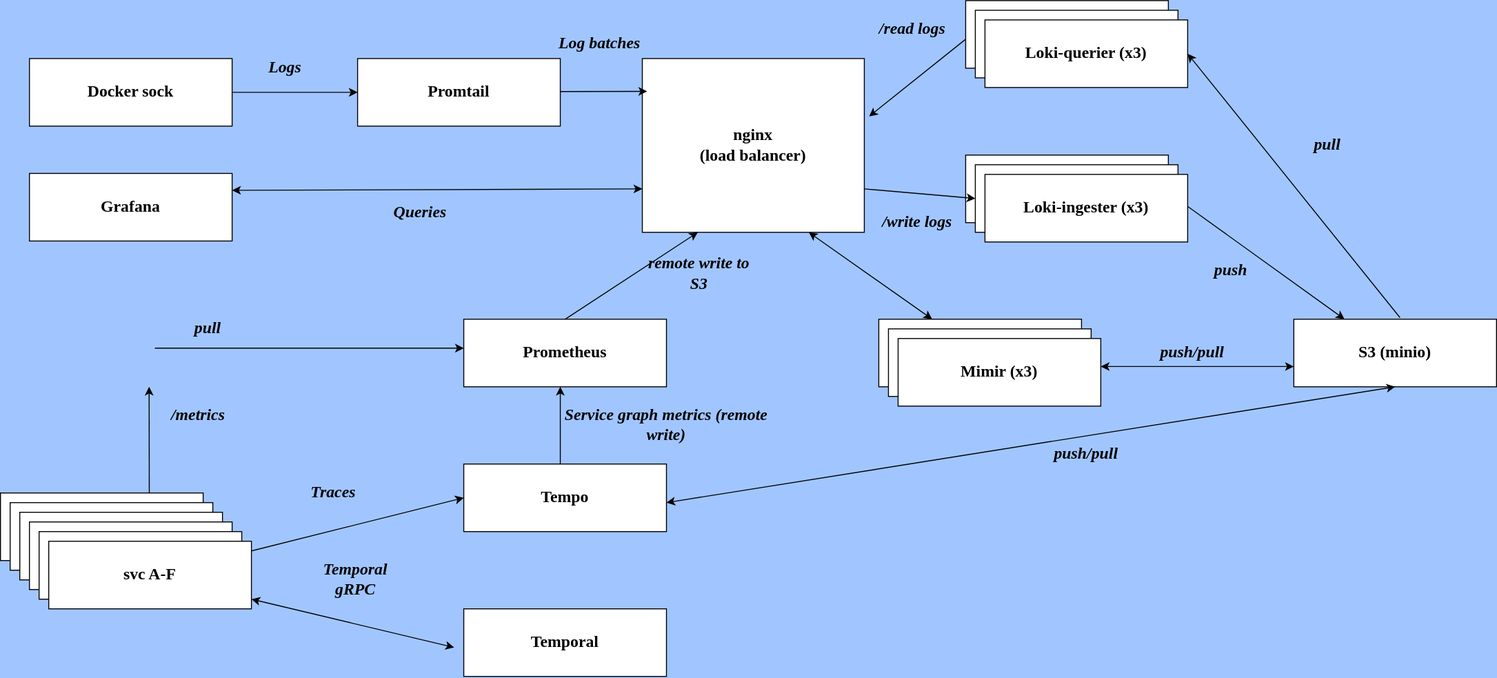
The draw.io diagram img/schema.svg in northpowered/temporal-otlp, before a commit. Source tidied: cells renumbered, new cells last; positions are measured from the earlier drawing's top-left corner, leaving out a move shared by most shapes.
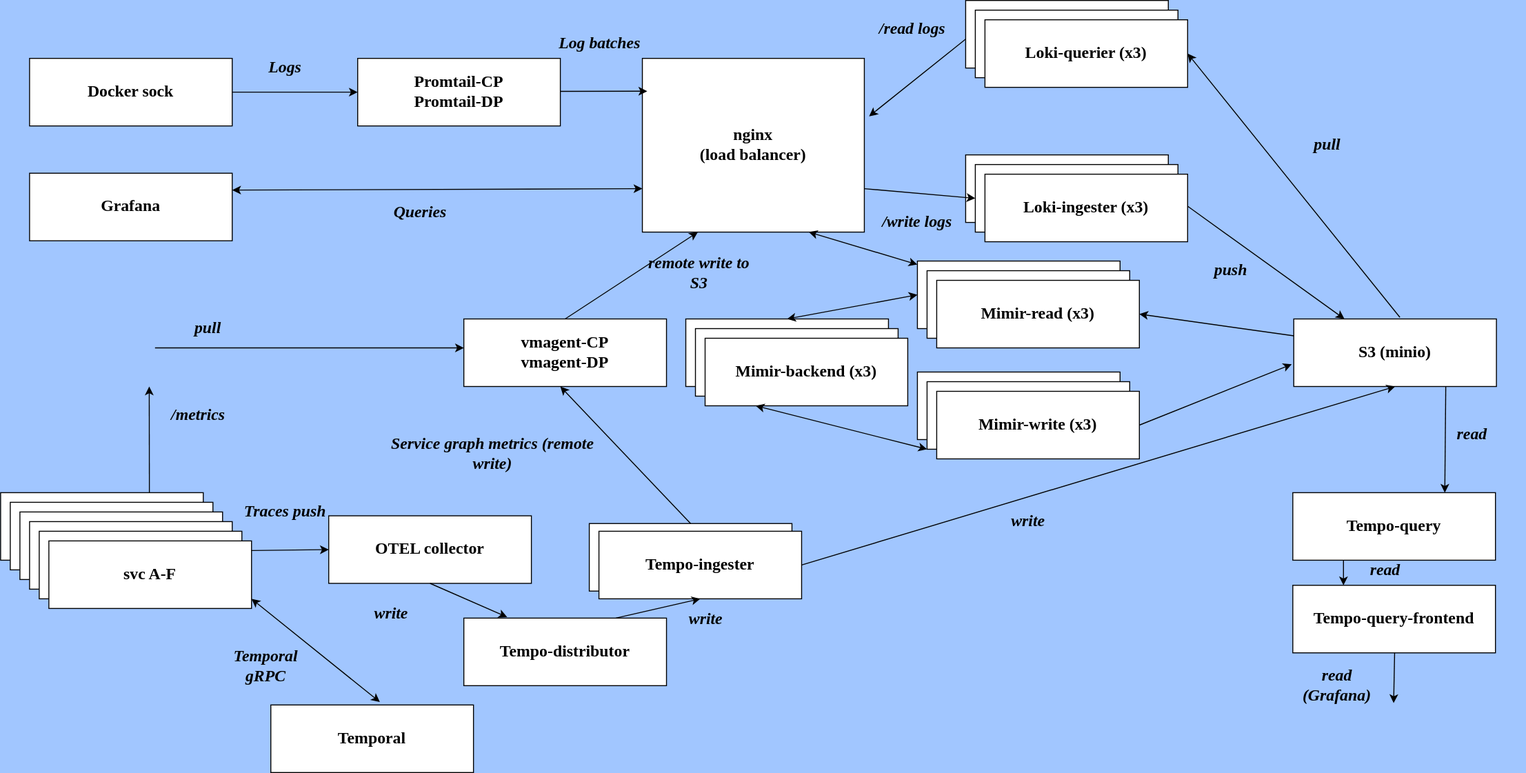
The same file after the commit.

What changed in the source:
```diff
@@ -14,16 +14,16 @@
     <mxCell id="5" style="rounded=0;whiteSpace=wrap;html=1;fontFamily=Garamond;fontStyle=1;fontSize=17;" parent="1" vertex="1">
       <mxGeometry y="510" width="210" height="70" as="geometry" />
     </mxCell>
-    <mxCell id="6" value="Promtail" style="rounded=0;whiteSpace=wrap;html=1;fontFamily=Garamond;fontStyle=1;fontSize=17;" parent="1" vertex="1">
+    <mxCell id="6" value="&lt;div&gt;Promtail-CP&lt;/div&gt;&lt;div&gt;Promtail-DP&lt;br&gt;&lt;/div&gt;" style="rounded=0;whiteSpace=wrap;html=1;fontFamily=Garamond;fontStyle=1;fontSize=17;" parent="1" vertex="1">
       <mxGeometry x="370" y="60" width="210" height="70" as="geometry" />
     </mxCell>
     <mxCell id="7" value="Temporal" style="rounded=0;whiteSpace=wrap;html=1;fontFamily=Garamond;fontStyle=1;fontSize=17;" parent="1" vertex="1">
-      <mxGeometry x="480" y="630" width="210" height="70" as="geometry" />
+      <mxGeometry x="280" y="730" width="210" height="70" as="geometry" />
     </mxCell>
-    <mxCell id="8" value="Tempo" style="rounded=0;whiteSpace=wrap;html=1;fontFamily=Garamond;fontStyle=1;fontSize=17;" parent="1" vertex="1">
-      <mxGeometry x="480" y="480" width="210" height="70" as="geometry" />
+    <mxCell id="8" value="OTEL collector" style="rounded=0;whiteSpace=wrap;html=1;fontFamily=Garamond;fontStyle=1;fontSize=17;" parent="1" vertex="1">
+      <mxGeometry x="340" y="534" width="210" height="70" as="geometry" />
     </mxCell>
-    <mxCell id="9" value="Prometheus" style="rounded=0;whiteSpace=wrap;html=1;fontFamily=Garamond;fontStyle=1;fontSize=17;" parent="1" vertex="1">
+    <mxCell id="9" value="&lt;div&gt;vmagent-CP&lt;/div&gt;&lt;div&gt;vmagent-DP&lt;br&gt;&lt;/div&gt;" style="rounded=0;whiteSpace=wrap;html=1;fontFamily=Garamond;fontStyle=1;fontSize=17;" parent="1" vertex="1">
       <mxGeometry x="480" y="330" width="210" height="70" as="geometry" />
     </mxCell>
     <mxCell id="10" value="S3 (minio)" style="rounded=0;whiteSpace=wrap;html=1;fontFamily=Garamond;fontStyle=1;fontSize=17;" parent="1" vertex="1">
@@ -63,13 +63,13 @@
       <mxGeometry x="1020" y="180" width="210" height="70" as="geometry" />
     </mxCell>
     <mxCell id="22" style="rounded=0;whiteSpace=wrap;html=1;fontFamily=Garamond;fontStyle=1;fontSize=17;" parent="1" vertex="1">
-      <mxGeometry x="910" y="330" width="210" height="70" as="geometry" />
+      <mxGeometry x="950" y="270" width="210" height="70" as="geometry" />
     </mxCell>
     <mxCell id="23" style="rounded=0;whiteSpace=wrap;html=1;fontFamily=Garamond;fontStyle=1;fontSize=17;" parent="1" vertex="1">
-      <mxGeometry x="920" y="340" width="210" height="70" as="geometry" />
+      <mxGeometry x="960" y="280" width="210" height="70" as="geometry" />
     </mxCell>
-    <mxCell id="24" value="Mimir (x3)" style="rounded=0;whiteSpace=wrap;html=1;fontFamily=Garamond;fontStyle=1;fontSize=17;" parent="1" vertex="1">
-      <mxGeometry x="930" y="350" width="210" height="70" as="geometry" />
+    <mxCell id="24" value="Mimir-read (x3)" style="rounded=0;whiteSpace=wrap;html=1;fontFamily=Garamond;fontStyle=1;fontSize=17;" parent="1" vertex="1">
+      <mxGeometry x="970" y="290" width="210" height="70" as="geometry" />
     </mxCell>
     <mxCell id="25" style="endArrow=classic;html=1;rounded=0;entryX=0;entryY=0.5;entryDx=0;entryDy=0;exitX=1;exitY=0.5;exitDx=0;exitDy=0;fontFamily=Garamond;fontStyle=1;fontSize=17;" parent="1" edge="1" source="3" target="6">
       <mxGeometry relative="1" as="geometry" />
@@ -83,10 +83,9 @@
     <mxCell id="27" style="endArrow=classic;html=1;rounded=0;entryX=0;entryY=0.75;entryDx=0;entryDy=0;startArrow=classic;startFill=1;exitX=1;exitY=0.25;exitDx=0;exitDy=0;fontFamily=Garamond;fontStyle=1;fontSize=17;" parent="1" edge="1" source="4" target="2">
       <mxGeometry relative="1" as="geometry" />
     </mxCell>
-    <mxCell id="28" style="endArrow=classic;html=1;rounded=0;exitX=1;exitY=0.25;exitDx=0;exitDy=0;startArrow=classic;startFill=1;fontFamily=Garamond;fontStyle=1;fontSize=17;" parent="1" edge="1">
+    <mxCell id="28" style="endArrow=classic;html=1;rounded=0;exitX=1;exitY=0.25;exitDx=0;exitDy=0;startArrow=classic;startFill=1;fontFamily=Garamond;fontStyle=1;fontSize=17;entryX=0.538;entryY=-0.043;entryDx=0;entryDy=0;entryPerimeter=0;" parent="1" edge="1" target="7">
       <mxGeometry relative="1" as="geometry">
         <mxPoint x="260" y="620" as="sourcePoint" />
-        <mxPoint x="470" y="670" as="targetPoint" />
       </mxGeometry>
     </mxCell>
     <mxCell id="29" style="endArrow=classic;html=1;rounded=0;exitX=1;exitY=0.25;exitDx=0;exitDy=0;entryX=0;entryY=0.5;entryDx=0;entryDy=0;fontFamily=Garamond;fontStyle=1;fontSize=17;" parent="1" edge="1" target="8">
@@ -112,9 +111,8 @@
     <mxCell id="33" style="endArrow=classic;html=1;rounded=0;exitX=0.75;exitY=1;exitDx=0;exitDy=0;startArrow=classic;startFill=1;fontFamily=Garamond;fontStyle=1;fontSize=17;" parent="1" edge="1" source="2" target="22">
       <mxGeometry relative="1" as="geometry" />
     </mxCell>
-    <mxCell id="34" style="endArrow=classic;html=1;rounded=0;exitX=0.5;exitY=0;exitDx=0;exitDy=0;fontFamily=Garamond;fontStyle=1;fontSize=17;" parent="1" edge="1">
+    <mxCell id="34" style="endArrow=classic;html=1;rounded=0;fontFamily=Garamond;fontStyle=1;fontSize=17;exitX=0.5;exitY=0;exitDx=0;exitDy=0;" parent="1" edge="1" source="63">
       <mxGeometry relative="1" as="geometry">
-        <mxPoint x="580" y="480" as="sourcePoint" />
         <mxPoint x="580" y="400" as="targetPoint" />
       </mxGeometry>
     </mxCell>
@@ -127,11 +125,8 @@
     <mxCell id="36" style="endArrow=classic;html=1;rounded=0;exitX=1;exitY=0.75;exitDx=0;exitDy=0;entryX=0;entryY=0.5;entryDx=0;entryDy=0;fontFamily=Garamond;fontStyle=1;fontSize=17;" parent="1" edge="1" source="2" target="20">
       <mxGeometry relative="1" as="geometry" />
     </mxCell>
-    <mxCell id="37" style="endArrow=classic;html=1;rounded=0;exitX=0.75;exitY=1;exitDx=0;exitDy=0;startArrow=classic;startFill=1;fontFamily=Garamond;fontStyle=1;fontSize=17;" parent="1" edge="1">
-      <mxGeometry relative="1" as="geometry">
-        <mxPoint x="1140" y="379" as="sourcePoint" />
-        <mxPoint x="1340" y="379" as="targetPoint" />
-      </mxGeometry>
+    <mxCell id="37" style="endArrow=none;html=1;rounded=0;exitX=1;exitY=0.5;exitDx=0;exitDy=0;startArrow=classic;startFill=1;fontFamily=Garamond;fontStyle=1;fontSize=17;entryX=0;entryY=0.25;entryDx=0;entryDy=0;endFill=0;" parent="1" edge="1" source="24" target="10">
+      <mxGeometry relative="1" as="geometry" />
     </mxCell>
     <mxCell id="38" style="endArrow=classic;html=1;rounded=0;exitX=0.75;exitY=1;exitDx=0;exitDy=0;entryX=0.25;entryY=0;entryDx=0;entryDy=0;fontFamily=Garamond;fontStyle=1;fontSize=17;" parent="1" edge="1" target="10">
       <mxGeometry relative="1" as="geometry">
@@ -149,14 +144,14 @@
     <mxCell id="41" value="pull" style="text;strokeColor=none;align=center;fillColor=none;html=1;verticalAlign=middle;whiteSpace=wrap;rounded=0;fontSize=17;fontFamily=Garamond;fontStyle=3;" parent="1" vertex="1">
       <mxGeometry x="160" y="310" width="110" height="60" as="geometry" />
     </mxCell>
-    <mxCell id="42" value="Traces" style="text;strokeColor=none;align=center;fillColor=none;html=1;verticalAlign=middle;whiteSpace=wrap;rounded=0;fontSize=17;fontFamily=Garamond;fontStyle=3;" parent="1" vertex="1">
-      <mxGeometry x="290" y="480" width="110" height="60" as="geometry" />
+    <mxCell id="42" value="Traces push" style="text;strokeColor=none;align=center;fillColor=none;html=1;verticalAlign=middle;whiteSpace=wrap;rounded=0;fontSize=17;fontFamily=Garamond;fontStyle=3;" parent="1" vertex="1">
+      <mxGeometry x="240" y="500" width="110" height="60" as="geometry" />
     </mxCell>
     <mxCell id="43" value="Service graph metrics (remote write)" style="text;strokeColor=none;align=center;fillColor=none;html=1;verticalAlign=middle;whiteSpace=wrap;rounded=0;fontSize=17;fontFamily=Garamond;fontStyle=3;" parent="1" vertex="1">
-      <mxGeometry x="570" y="410" width="240" height="60" as="geometry" />
+      <mxGeometry x="390" y="440" width="240" height="60" as="geometry" />
     </mxCell>
     <mxCell id="44" value="Temporal gRPC" style="text;strokeColor=none;align=center;fillColor=none;html=1;verticalAlign=middle;whiteSpace=wrap;rounded=0;fontSize=17;fontFamily=Garamond;fontStyle=3;" parent="1" vertex="1">
-      <mxGeometry x="313" y="570" width="110" height="60" as="geometry" />
+      <mxGeometry x="220" y="660" width="110" height="60" as="geometry" />
     </mxCell>
     <mxCell id="45" value="Queries" style="text;strokeColor=none;align=center;fillColor=none;html=1;verticalAlign=middle;whiteSpace=wrap;rounded=0;fontSize=17;fontFamily=Garamond;fontStyle=3;" parent="1" vertex="1">
       <mxGeometry x="380" y="190" width="110" height="60" as="geometry" />
@@ -179,19 +174,89 @@
     <mxCell id="51" value="push" style="text;strokeColor=none;align=center;fillColor=none;html=1;verticalAlign=middle;whiteSpace=wrap;rounded=0;fontSize=17;fontFamily=Garamond;fontStyle=3;" parent="1" vertex="1">
       <mxGeometry x="1220" y="250" width="110" height="60" as="geometry" />
     </mxCell>
-    <mxCell id="52" value="push/pull" style="text;strokeColor=none;align=center;fillColor=none;html=1;verticalAlign=middle;whiteSpace=wrap;rounded=0;fontSize=17;fontFamily=Garamond;fontStyle=3;" parent="1" vertex="1">
-      <mxGeometry x="1180" y="335" width="110" height="60" as="geometry" />
+    <mxCell id="52" value="write" style="text;strokeColor=none;align=center;fillColor=none;html=1;verticalAlign=middle;whiteSpace=wrap;rounded=0;fontSize=17;fontFamily=Garamond;fontStyle=3;" parent="1" vertex="1">
+      <mxGeometry x="1010" y="510" width="110" height="60" as="geometry" />
     </mxCell>
-    <mxCell id="53" style="endArrow=classic;html=1;rounded=0;exitX=1;exitY=0.25;exitDx=0;exitDy=0;startArrow=classic;startFill=1;fontFamily=Garamond;fontStyle=1;fontSize=17;entryX=0.5;entryY=1;entryDx=0;entryDy=0;" parent="1" edge="1" target="10">
-      <mxGeometry relative="1" as="geometry">
-        <mxPoint x="690" y="520" as="sourcePoint" />
-      </mxGeometry>
+    <mxCell id="53" style="endArrow=classic;html=1;rounded=0;startArrow=none;startFill=0;fontFamily=Garamond;fontStyle=1;fontSize=17;entryX=0.214;entryY=-0.014;entryDx=0;entryDy=0;entryPerimeter=0;exitX=0.5;exitY=1;exitDx=0;exitDy=0;" parent="1" edge="1" source="8" target="62">
+      <mxGeometry relative="1" as="geometry" />
     </mxCell>
-    <mxCell id="54" value="push/pull" style="text;strokeColor=none;align=center;fillColor=none;html=1;verticalAlign=middle;whiteSpace=wrap;rounded=0;fontSize=17;fontFamily=Garamond;fontStyle=3;" parent="1" vertex="1">
-      <mxGeometry x="1070" y="440" width="110" height="60" as="geometry" />
-    </mxCell>
     <mxCell id="55" value="remote write to S3" style="text;strokeColor=none;align=center;fillColor=none;html=1;verticalAlign=middle;whiteSpace=wrap;rounded=0;fontSize=17;fontFamily=Garamond;fontStyle=3;" parent="1" vertex="1">
       <mxGeometry x="669" y="253" width="110" height="60" as="geometry" />
     </mxCell>
+    <mxCell id="56" style="rounded=0;whiteSpace=wrap;html=1;fontFamily=Garamond;fontStyle=1;fontSize=17;" parent="1" vertex="1">
+      <mxGeometry x="710" y="330" width="210" height="70" as="geometry" />
+    </mxCell>
+    <mxCell id="57" style="rounded=0;whiteSpace=wrap;html=1;fontFamily=Garamond;fontStyle=1;fontSize=17;" parent="1" vertex="1">
+      <mxGeometry x="720" y="340" width="210" height="70" as="geometry" />
+    </mxCell>
+    <mxCell id="58" value="Mimir-backend (x3)" style="rounded=0;whiteSpace=wrap;html=1;fontFamily=Garamond;fontStyle=1;fontSize=17;" parent="1" vertex="1">
+      <mxGeometry x="730" y="350" width="210" height="70" as="geometry" />
+    </mxCell>
+    <mxCell id="59" style="rounded=0;whiteSpace=wrap;html=1;fontFamily=Garamond;fontStyle=1;fontSize=17;" parent="1" vertex="1">
+      <mxGeometry x="950" y="385" width="210" height="70" as="geometry" />
+    </mxCell>
+    <mxCell id="60" style="rounded=0;whiteSpace=wrap;html=1;fontFamily=Garamond;fontStyle=1;fontSize=17;" parent="1" vertex="1">
+      <mxGeometry x="960" y="395" width="210" height="70" as="geometry" />
+    </mxCell>
+    <mxCell id="61" value="Mimir-write (x3)" style="rounded=0;whiteSpace=wrap;html=1;fontFamily=Garamond;fontStyle=1;fontSize=17;" parent="1" vertex="1">
+      <mxGeometry x="970" y="405" width="210" height="70" as="geometry" />
+    </mxCell>
+    <mxCell id="62" value="Tempo-distributor" style="rounded=0;whiteSpace=wrap;html=1;fontFamily=Garamond;fontStyle=1;fontSize=17;" parent="1" vertex="1">
+      <mxGeometry x="480" y="640" width="210" height="70" as="geometry" />
+    </mxCell>
+    <mxCell id="63" value="Tempo" style="rounded=0;whiteSpace=wrap;html=1;fontFamily=Garamond;fontStyle=1;fontSize=17;" parent="1" vertex="1">
+      <mxGeometry x="610" y="542" width="210" height="70" as="geometry" />
+    </mxCell>
+    <mxCell id="64" value="Tempo-ingester" style="rounded=0;whiteSpace=wrap;html=1;fontFamily=Garamond;fontStyle=1;fontSize=17;" parent="1" vertex="1">
+      <mxGeometry x="620" y="550" width="210" height="70" as="geometry" />
+    </mxCell>
+    <mxCell id="65" value="Tempo-query" style="rounded=0;whiteSpace=wrap;html=1;fontFamily=Garamond;fontStyle=1;fontSize=17;" parent="1" vertex="1">
+      <mxGeometry x="1339" y="510" width="210" height="70" as="geometry" />
+    </mxCell>
+    <mxCell id="66" value="Tempo-query-frontend" style="rounded=0;whiteSpace=wrap;html=1;fontFamily=Garamond;fontStyle=1;fontSize=17;" parent="1" vertex="1">
+      <mxGeometry x="1339" y="606" width="210" height="70" as="geometry" />
+    </mxCell>
+    <mxCell id="67" style="endArrow=classic;html=1;rounded=0;startArrow=none;startFill=0;fontFamily=Garamond;fontStyle=1;fontSize=17;entryX=0.5;entryY=1;entryDx=0;entryDy=0;exitX=0.75;exitY=0;exitDx=0;exitDy=0;" parent="1" edge="1" source="62" target="64">
+      <mxGeometry relative="1" as="geometry" />
+    </mxCell>
+    <mxCell id="68" style="endArrow=classic;html=1;rounded=0;startArrow=none;startFill=0;fontFamily=Garamond;fontStyle=1;fontSize=17;entryX=0.5;entryY=1;entryDx=0;entryDy=0;exitX=1;exitY=0.5;exitDx=0;exitDy=0;" parent="1" edge="1" source="64" target="10">
+      <mxGeometry relative="1" as="geometry" />
+    </mxCell>
+    <mxCell id="69" style="endArrow=classic;html=1;rounded=0;exitX=1;exitY=0.5;exitDx=0;exitDy=0;startArrow=none;startFill=0;fontFamily=Garamond;fontStyle=1;fontSize=17;entryX=-0.01;entryY=0.671;entryDx=0;entryDy=0;entryPerimeter=0;" parent="1" edge="1" source="61" target="10">
+      <mxGeometry relative="1" as="geometry" />
+    </mxCell>
+    <mxCell id="70" style="endArrow=none;html=1;rounded=0;exitX=0.75;exitY=0;exitDx=0;exitDy=0;startArrow=classic;startFill=1;fontFamily=Garamond;fontStyle=1;fontSize=17;entryX=0.75;entryY=1;entryDx=0;entryDy=0;endFill=0;" parent="1" edge="1" source="65" target="10">
+      <mxGeometry relative="1" as="geometry" />
+    </mxCell>
+    <mxCell id="71" style="endArrow=none;html=1;rounded=0;exitX=0.25;exitY=0;exitDx=0;exitDy=0;startArrow=classic;startFill=1;fontFamily=Garamond;fontStyle=1;fontSize=17;entryX=0.25;entryY=1;entryDx=0;entryDy=0;endFill=0;" parent="1" edge="1" source="66" target="65">
+      <mxGeometry relative="1" as="geometry" />
+    </mxCell>
+    <mxCell id="72" value="write" style="text;strokeColor=none;align=center;fillColor=none;html=1;verticalAlign=middle;whiteSpace=wrap;rounded=0;fontSize=17;fontFamily=Garamond;fontStyle=3;" parent="1" vertex="1">
+      <mxGeometry x="350" y="606" width="110" height="60" as="geometry" />
+    </mxCell>
+    <mxCell id="73" value="write" style="text;strokeColor=none;align=center;fillColor=none;html=1;verticalAlign=middle;whiteSpace=wrap;rounded=0;fontSize=17;fontFamily=Garamond;fontStyle=3;" parent="1" vertex="1">
+      <mxGeometry x="676" y="612" width="110" height="60" as="geometry" />
+    </mxCell>
+    <mxCell id="74" style="endArrow=classic;html=1;rounded=0;exitX=0.5;exitY=0;exitDx=0;exitDy=0;startArrow=classic;startFill=1;fontFamily=Garamond;fontStyle=1;fontSize=17;entryX=0;entryY=0.5;entryDx=0;entryDy=0;" parent="1" edge="1" source="56" target="22">
+      <mxGeometry relative="1" as="geometry" />
+    </mxCell>
+    <mxCell id="75" style="endArrow=classic;html=1;rounded=0;startArrow=classic;startFill=1;fontFamily=Garamond;fontStyle=1;fontSize=17;entryX=0;entryY=1;entryDx=0;entryDy=0;exitX=0.25;exitY=1;exitDx=0;exitDy=0;" parent="1" edge="1" source="58" target="60">
+      <mxGeometry relative="1" as="geometry" />
+    </mxCell>
+    <mxCell id="76" value="&lt;div&gt;read&lt;/div&gt;&lt;div&gt;(Grafana)&lt;/div&gt;" style="text;strokeColor=none;align=center;fillColor=none;html=1;verticalAlign=middle;whiteSpace=wrap;rounded=0;fontSize=17;fontFamily=Garamond;fontStyle=3;" parent="1" vertex="1">
+      <mxGeometry x="1330" y="680" width="110" height="60" as="geometry" />
+    </mxCell>
+    <mxCell id="77" value="read" style="text;strokeColor=none;align=center;fillColor=none;html=1;verticalAlign=middle;whiteSpace=wrap;rounded=0;fontSize=17;fontFamily=Garamond;fontStyle=3;" parent="1" vertex="1">
+      <mxGeometry x="1380" y="561" width="110" height="60" as="geometry" />
+    </mxCell>
+    <mxCell id="78" value="read" style="text;strokeColor=none;align=center;fillColor=none;html=1;verticalAlign=middle;whiteSpace=wrap;rounded=0;fontSize=17;fontFamily=Garamond;fontStyle=3;" parent="1" vertex="1">
+      <mxGeometry x="1470" y="420" width="110" height="60" as="geometry" />
+    </mxCell>
+    <mxCell id="79" style="endArrow=none;html=1;rounded=0;exitX=0.75;exitY=0;exitDx=0;exitDy=0;startArrow=classic;startFill=1;fontFamily=Garamond;fontStyle=1;fontSize=17;endFill=0;" parent="1" edge="1">
+      <mxGeometry relative="1" as="geometry">
+        <mxPoint x="1443.5" y="728" as="sourcePoint" />
+        <mxPoint x="1444.5" y="676" as="targetPoint" />
+      </mxGeometry>
+    </mxCell>
   </root>
 </mxGraphModel>
```
